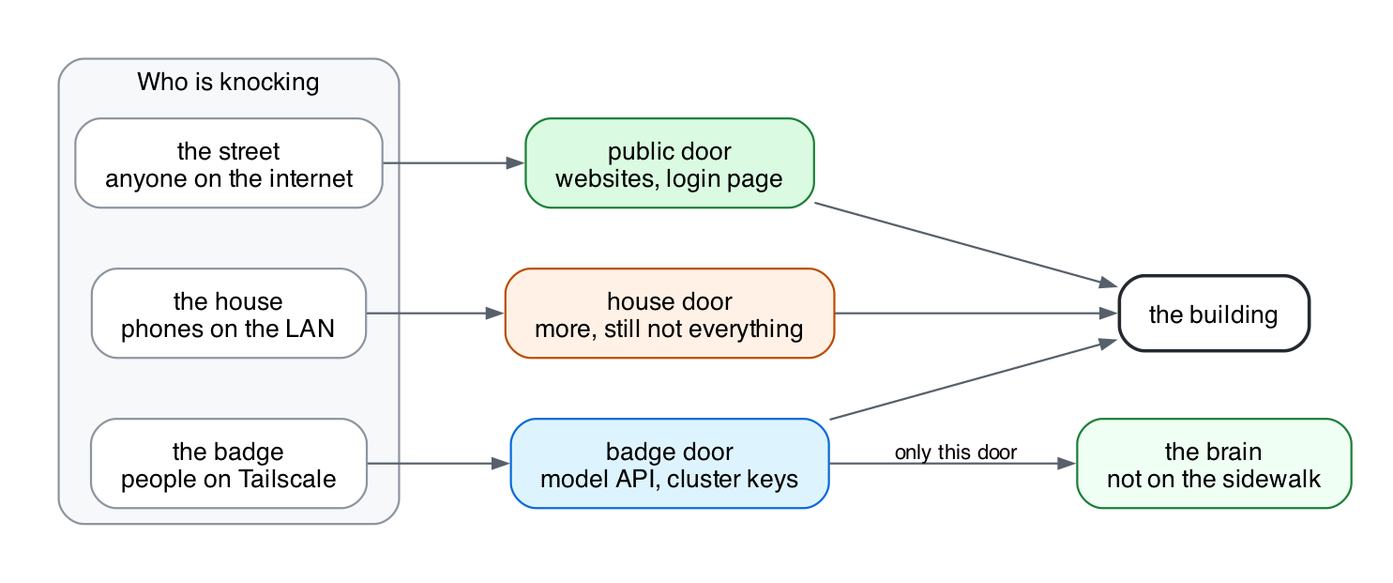
Above: content/post/self-hosting-an-ai-cdn/three-doors.png in rajsinghtech/portfolio (Graphviz), before the change. Its source is kept beside it as content/post/self-hosting-an-ai-cdn/three-doors.dot.
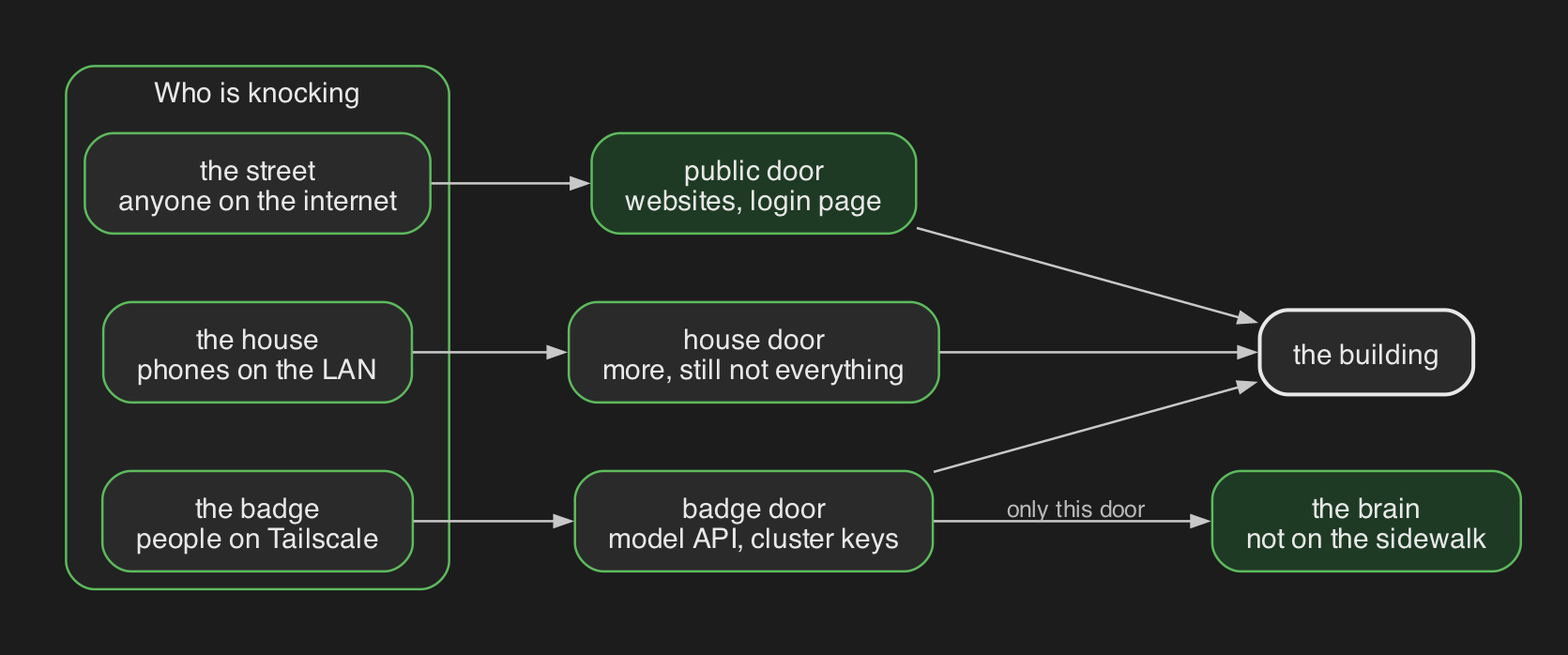
After the change.

What changed in the source:
```diff
@@ -1,26 +1,27 @@
 digraph doors {
   graph [
-    rankdir=LR, splines=spline, bgcolor="#ffffff",
-    fontname="Helvetica", fontsize=12, pad=0.28, nodesep=0.4, ranksep=0.8
+    rankdir=LR, splines=spline, bgcolor="#1c1c1c",
+    fontname="Helvetica", fontsize=12, pad=0.28, nodesep=0.4, ranksep=0.8,
+    fontcolor="#e8e8e8"
   ];
   node [fontname="Helvetica", fontsize=12, shape=box, style="filled,rounded",
-        fillcolor="#ffffff", color="#8c959f", margin="0.20,0.12"];
-  edge [fontname="Helvetica", fontsize=10, color="#57606a", arrowsize=0.7];
+        fillcolor="#2a2a2a", color="#5dba5d", fontcolor="#e8e8e8", margin="0.20,0.12"];
+  edge [fontname="Helvetica", fontsize=10, color="#c8c8c8", fontcolor="#b8b8b8", arrowsize=0.7];
 
   subgraph cluster_who {
     label="Who is knocking";
-    style="rounded,filled"; fillcolor="#f6f8fa"; color="#8c959f"; fontsize=12;
+    style="rounded,filled"; fillcolor="#222222"; color="#5dba5d"; fontsize=12; fontcolor="#e8e8e8";
     internet [label="the street\nanyone on the internet"];
     lan [label="the house\nphones on the LAN"];
     tailnet [label="the badge\npeople on Tailscale"];
   }
 
-  street [label="public door\nwebsites, login page", fillcolor="#dafbe1", color="#1a7f37"];
-  house [label="house door\nmore, still not everything", fillcolor="#fff1e5", color="#bc4c00"];
-  badge [label="badge door\nmodel API, cluster keys", fillcolor="#ddf4ff", color="#0969da"];
+  street [label="public door\nwebsites, login page", fillcolor="#1e3a24", color="#5dba5d"];
+  house [label="house door\nmore, still not everything"];
+  badge [label="badge door\nmodel API, cluster keys"];
 
-  building [label="the building", fillcolor="#ffffff", color="#24292f", penwidth=1.6];
-  model [label="the brain\nnot on the sidewalk", fillcolor="#f0fff4", color="#1a7f37"];
+  building [label="the building", fillcolor="#2a2a2a", color="#e8e8e8", penwidth=1.6];
+  model [label="the brain\nnot on the sidewalk", fillcolor="#1e3a24", color="#5dba5d"];
 
   internet -> street;
   lan -> house;
```
